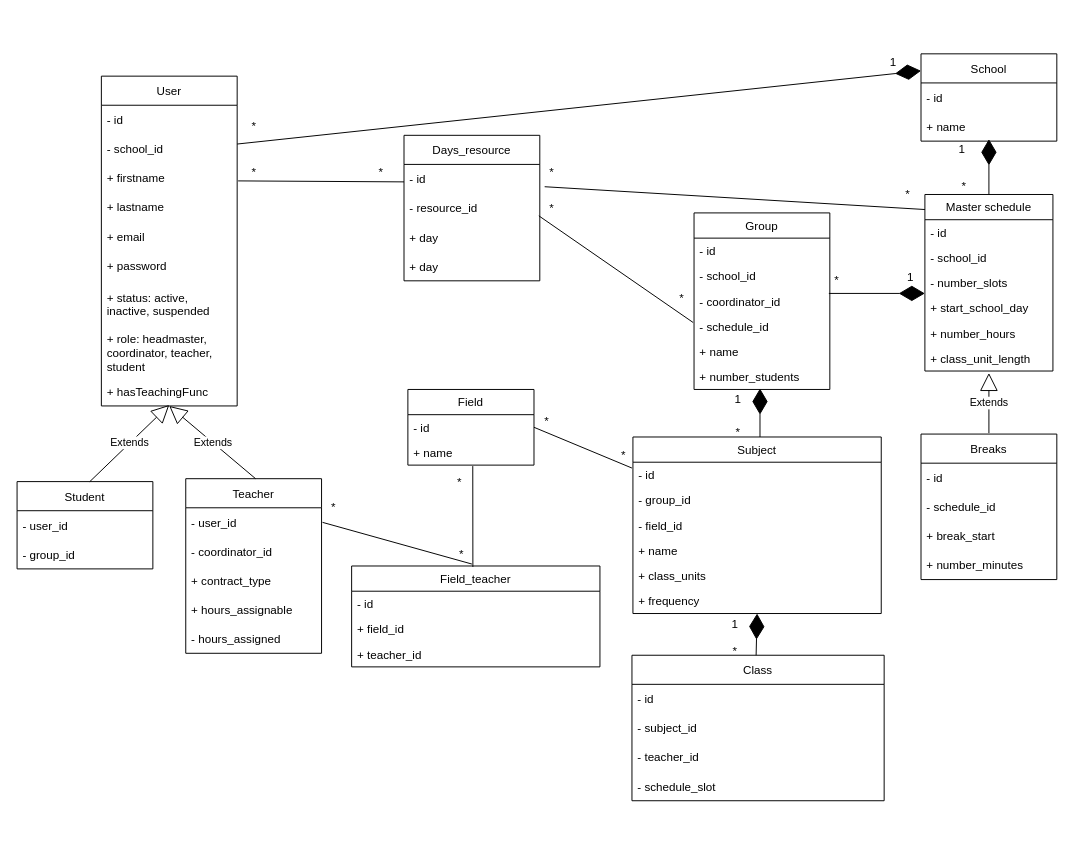
Earlier version of the draw.io diagram stages/3_Design/entities/entities_UML.drawio (JeromeVargas/schedule_maker). Source tidied: cells renumbered, new cells numbered last; positions are measured from the earlier drawing's top-left corner, leaving out a move shared by most shapes. Both pictures are drawn from the tidied source at 97%, with x=0, y=0 at pixel (16, 48).
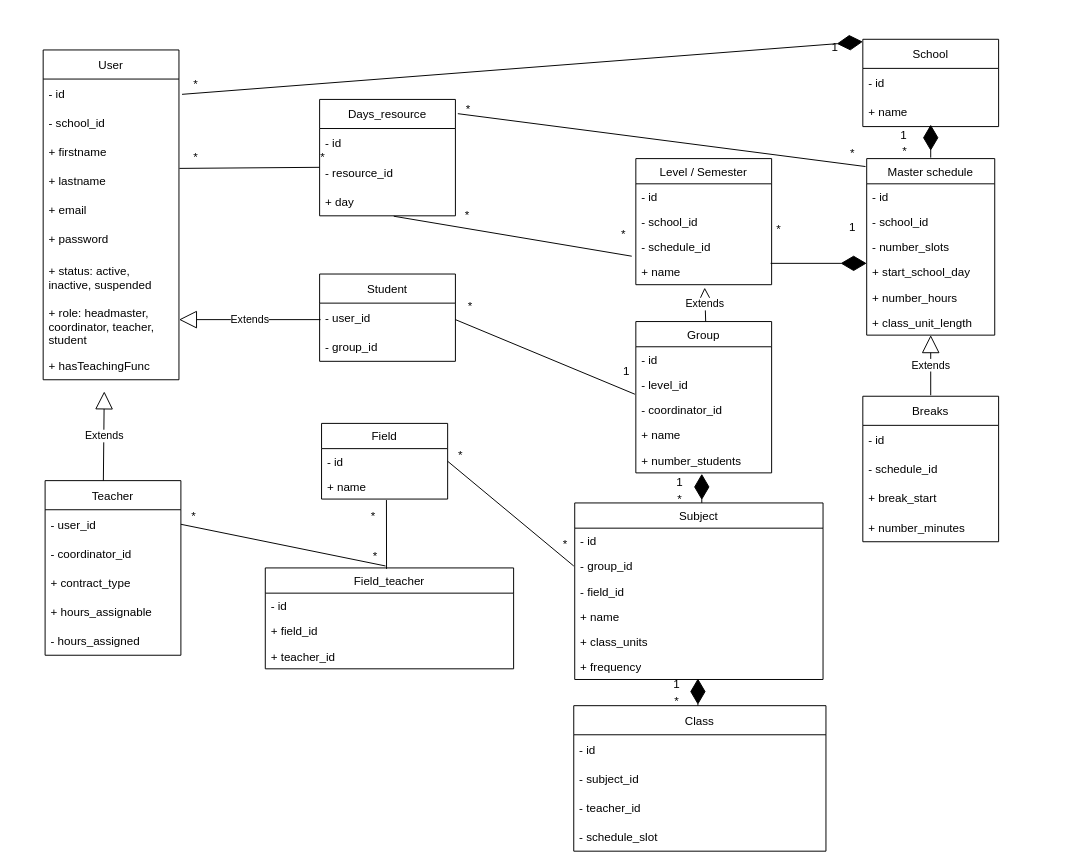
After the change.

The change refers to these unchanged cells:
```xml
<mxCell id="36" value="- id" style="text;strokeColor=none;fillColor=none;align=left;verticalAlign=top;spacingLeft=4;spacingRight=4;overflow=hidden;points=[[0,0.5],[1,0.5]];portConstraint=eastwest;" parent="35" vertex="1">
  <mxGeometry y="26" width="256" height="26" as="geometry" />
</mxCell>
<mxCell id="41" value="+ frequency" style="text;strokeColor=none;fillColor=none;align=left;verticalAlign=top;spacingLeft=4;spacingRight=4;overflow=hidden;points=[[0,0.5],[1,0.5]];portConstraint=eastwest;whiteSpace=wrap;" parent="35" vertex="1">
  <mxGeometry y="156" width="256" height="26" as="geometry" />
</mxCell>
<mxCell id="48" value="- user_id" style="text;strokeColor=none;fillColor=none;align=left;verticalAlign=middle;spacingLeft=4;spacingRight=4;overflow=hidden;points=[[0,0.5],[1,0.5]];portConstraint=eastwest;" parent="47" vertex="1">
  <mxGeometry y="30" width="140" height="30" as="geometry" />
</mxCell>
<mxCell id="74" value="- id" style="text;strokeColor=none;fillColor=none;align=left;verticalAlign=top;spacingLeft=4;spacingRight=4;overflow=hidden;points=[[0,0.5],[1,0.5]];portConstraint=eastwest;" parent="73" vertex="1">
  <mxGeometry y="26" width="130" height="26" as="geometry" />
</mxCell>
<mxCell id="84" value="+ day" style="text;strokeColor=none;fillColor=none;align=left;verticalAlign=middle;spacingLeft=4;spacingRight=4;overflow=hidden;points=[[0,0.5],[1,0.5]];portConstraint=eastwest;" parent="81" vertex="1">
  <mxGeometry y="90" width="140" height="30" as="geometry" />
</mxCell>
```

What changed in the source:
```diff
@@
-    <mxCell id="2" style="endArrow=diamondThin;endFill=1;endSize=24;html=1;rounded=0;entryX=0;entryY=0.25;entryDx=0;entryDy=0;exitX=1;exitY=0.5;exitDx=0;exitDy=0;" parent="1" edge="1">
+    <mxCell id="2" style="endArrow=diamondThin;endFill=1;endSize=24;html=1;rounded=0;entryX=0;entryY=0.25;entryDx=0;entryDy=0;exitX=0.039;exitY=0.825;exitDx=0;exitDy=0;exitPerimeter=0;" parent="1" edge="1" source="94">
       <mxGeometry relative="1" as="geometry">
-        <mxPoint x="227" y="99" as="sourcePoint" />
-        <mxPoint x="932" y="23.5" as="targetPoint" />
+        <mxPoint x="872" y="-6.5" as="targetPoint" />
       </mxGeometry>
     </mxCell>
     <mxCell id="3" value="User" style="swimlane;fontStyle=0;horizontal=1;startSize=30;" parent="1" vertex="1">
-      <mxGeometry x="87" y="29" width="140" height="340" as="geometry" />
+      <mxGeometry x="27" y="2" width="140" height="340" as="geometry" />
     </mxCell>
@@
     <mxCell id="13" value="School" style="swimlane;fontStyle=0;horizontal=1;startSize=30;strokeColor=default;fillColor=none;" parent="1" vertex="1">
-      <mxGeometry x="932" y="6" width="140" height="90" as="geometry" />
+      <mxGeometry x="872" y="-9" width="140" height="90" as="geometry" />
     </mxCell>
@@
     <mxCell id="16" value="Master schedule" style="swimlane;fontStyle=0;horizontal=1;startSize=26;fillColor=none;" parent="1" vertex="1">
-      <mxGeometry x="936" y="151" width="132" height="182" as="geometry" />
+      <mxGeometry x="876" y="114" width="132" height="182" as="geometry" />
     </mxCell>
@@
     <mxCell id="23" value="Breaks" style="swimlane;fontStyle=0;horizontal=1;startSize=30;" parent="1" vertex="1">
-      <mxGeometry x="932" y="398" width="140" height="150" as="geometry" />
+      <mxGeometry x="872" y="359" width="140" height="150" as="geometry" />
     </mxCell>
@@
-    <mxCell id="28" value="Group" style="swimlane;fontStyle=0;horizontal=1;startSize=26;fillColor=none;" parent="1" vertex="1">
-      <mxGeometry x="698" y="170" width="140" height="182" as="geometry" />
+    <mxCell id="28" value="Level / Semester" style="swimlane;fontStyle=0;horizontal=1;startSize=26;fillColor=none;" parent="1" vertex="1">
+      <mxGeometry x="638" y="114" width="140" height="130" as="geometry" />
     </mxCell>
@@
-    <mxCell id="31" value="- coordinator_id" style="text;strokeColor=none;fillColor=none;align=left;verticalAlign=top;spacingLeft=4;spacingRight=4;overflow=hidden;" parent="28" vertex="1">
-      <mxGeometry y="78" width="140" height="26" as="geometry" />
-    </mxCell>
     <mxCell id="32" value="- schedule_id" style="text;strokeColor=none;fillColor=none;align=left;verticalAlign=top;spacingLeft=4;spacingRight=4;overflow=hidden;points=[[0,0.5],[1,0.5]];portConstraint=eastwest;" parent="28" vertex="1">
-      <mxGeometry y="104" width="140" height="26" as="geometry" />
+      <mxGeometry y="78" width="140" height="26" as="geometry" />
     </mxCell>
     <mxCell id="33" value="+ name" style="text;strokeColor=none;fillColor=none;align=left;verticalAlign=top;spacingLeft=4;spacingRight=4;overflow=hidden;points=[[0,0.5],[1,0.5]];portConstraint=eastwest;" parent="28" vertex="1">
-      <mxGeometry y="130" width="140" height="26" as="geometry" />
+      <mxGeometry y="104" width="140" height="26" as="geometry" />
     </mxCell>
-    <mxCell id="34" value="+ number_students" style="text;strokeColor=none;fillColor=none;align=left;verticalAlign=top;spacingLeft=4;spacingRight=4;overflow=hidden;" parent="28" vertex="1">
-      <mxGeometry y="156" width="140" height="26" as="geometry" />
-    </mxCell>
     <mxCell id="35" value="Subject" style="swimlane;fontStyle=0;horizontal=1;startSize=26;fillColor=none;" parent="1" vertex="1">
-      <mxGeometry x="635" y="401" width="256" height="182" as="geometry" />
+      <mxGeometry x="575" y="469" width="256" height="182" as="geometry" />
     </mxCell>
@@
     <mxCell id="42" value="Class" style="swimlane;fontStyle=0;horizontal=1;startSize=30;" parent="1" vertex="1">
-      <mxGeometry x="634" y="626" width="260" height="150" as="geometry" />
+      <mxGeometry x="574" y="678" width="260" height="150" as="geometry" />
     </mxCell>
@@
     <mxCell id="47" value="Teacher" style="swimlane;fontStyle=0;horizontal=1;startSize=30;" parent="1" vertex="1">
-      <mxGeometry x="174" y="444" width="140" height="180" as="geometry" />
+      <mxGeometry x="29" y="446" width="140" height="180" as="geometry" />
     </mxCell>
@@
     <mxCell id="53" value="Student" style="swimlane;fontStyle=0;horizontal=1;startSize=30;" parent="1" vertex="1">
-      <mxGeometry x="0.1" y="447" width="140" height="90" as="geometry" />
+      <mxGeometry x="312" y="233" width="140" height="90" as="geometry" />
     </mxCell>
@@
     <mxCell id="56" value="Field_teacher" style="swimlane;fontStyle=0;horizontal=1;startSize=26;fillColor=none;" parent="1" vertex="1">
-      <mxGeometry x="345" y="534" width="256" height="104" as="geometry" />
+      <mxGeometry x="256" y="536" width="256" height="104" as="geometry" />
     </mxCell>
@@
-    <mxCell id="60" value="Extends" style="endArrow=block;endSize=16;endFill=0;html=1;rounded=0;entryX=0.486;entryY=1.02;entryDx=0;entryDy=0;entryPerimeter=0;" parent="1" edge="1">
+    <mxCell id="60" value="Extends" style="endArrow=block;endSize=16;endFill=0;html=1;rounded=0;entryX=0.486;entryY=1.02;entryDx=0;entryDy=0;entryPerimeter=0;exitX=0.429;exitY=0;exitDx=0;exitDy=0;exitPerimeter=0;" parent="1" edge="1" source="47">
       <mxGeometry relative="1" as="geometry">
-        <mxPoint x="246" y="444" as="sourcePoint" />
-        <mxPoint x="157" y="369" as="targetPoint" />
+        <mxPoint x="90" y="354" as="targetPoint" />
       </mxGeometry>
     </mxCell>
-    <mxCell id="61" value="Extends" style="endArrow=block;endSize=16;endFill=0;html=1;rounded=0;exitX=0.55;exitY=-0.011;exitDx=0;exitDy=0;exitPerimeter=0;entryX=0.5;entryY=0.98;entryDx=0;entryDy=0;entryPerimeter=0;" parent="1" edge="1">
+    <mxCell id="61" value="Extends" style="endArrow=block;endSize=16;endFill=0;html=1;rounded=0;exitX=0;exitY=0.5;exitDx=0;exitDy=0;" parent="1" edge="1">
       <mxGeometry relative="1" as="geometry">
-        <mxPoint x="75.1" y="447" as="sourcePoint" />
-        <mxPoint x="157" y="368" as="targetPoint" />
+        <mxPoint x="313" y="280" as="sourcePoint" />
+        <mxPoint x="167" y="280" as="targetPoint" />
       </mxGeometry>
     </mxCell>
     <mxCell id="62" value="Extends" style="endArrow=block;endSize=16;endFill=0;html=1;rounded=0;exitX=0.5;exitY=0;exitDx=0;exitDy=0;entryX=0.5;entryY=1.115;entryDx=0;entryDy=0;entryPerimeter=0;" parent="1" edge="1">
       <mxGeometry relative="1" as="geometry">
-        <mxPoint x="1002" y="397" as="sourcePoint" />
-        <mxPoint x="1002" y="335" as="targetPoint" />
+        <mxPoint x="942" y="358" as="sourcePoint" />
+        <mxPoint x="942" y="296" as="targetPoint" />
       </mxGeometry>
     </mxCell>
     <mxCell id="63" value="1" style="text;html=1;align=center;verticalAlign=middle;strokeColor=none;fillColor=none;" parent="1" vertex="1">
-      <mxGeometry x="888" width="30" height="30" as="geometry" />
+      <mxGeometry x="828" y="-15" width="30" height="30" as="geometry" />
     </mxCell>
-    <mxCell id="64" style="endArrow=diamondThin;endFill=1;endSize=24;html=1;rounded=0;exitX=0.5;exitY=0;exitDx=0;exitDy=0;entryX=0.5;entryY=1.133;entryDx=0;entryDy=0;entryPerimeter=0;" parent="1" edge="1" source="16">
+    <mxCell id="64" style="endArrow=diamondThin;endFill=1;endSize=24;html=1;rounded=0;" parent="1" edge="1">
       <mxGeometry relative="1" as="geometry">
-        <mxPoint x="1002" y="94" as="targetPoint" />
+        <mxPoint x="942" y="113" as="sourcePoint" />
+        <mxPoint x="942" y="79" as="targetPoint" />
       </mxGeometry>
     </mxCell>
     <mxCell id="65" value="1" style="text;html=1;align=center;verticalAlign=middle;strokeColor=none;fillColor=none;" parent="1" vertex="1">
-      <mxGeometry x="959" y="90" width="30" height="30" as="geometry" />
+      <mxGeometry x="899" y="75" width="30" height="30" as="geometry" />
     </mxCell>
     <mxCell id="66" value="*" style="text;html=1;align=center;verticalAlign=middle;strokeColor=none;fillColor=none;" parent="1" vertex="1">
-      <mxGeometry x="961" y="128" width="30" height="30" as="geometry" />
+      <mxGeometry x="900" y="92" width="30" height="30" as="geometry" />
     </mxCell>
     <mxCell id="67" style="endArrow=diamondThin;endFill=1;endSize=24;html=1;rounded=0;" parent="1" edge="1">
       <mxGeometry relative="1" as="geometry">
-        <mxPoint x="766" y="401" as="sourcePoint" />
-        <mxPoint x="766" y="351" as="targetPoint" />
+        <mxPoint x="706" y="469" as="sourcePoint" />
+        <mxPoint x="706" y="439" as="targetPoint" />
       </mxGeometry>
     </mxCell>
     <mxCell id="68" value="1" style="text;html=1;align=center;verticalAlign=middle;strokeColor=none;fillColor=none;" parent="1" vertex="1">
-      <mxGeometry x="728" y="347" width="30" height="30" as="geometry" />
+      <mxGeometry x="668" y="433" width="30" height="30" as="geometry" />
     </mxCell>
     <mxCell id="69" value="*" style="text;html=1;align=center;verticalAlign=middle;strokeColor=none;fillColor=none;" parent="1" vertex="1">
-      <mxGeometry x="728" y="381" width="30" height="30" as="geometry" />
+      <mxGeometry x="668" y="451" width="30" height="30" as="geometry" />
     </mxCell>
-    <mxCell id="70" style="endArrow=diamondThin;endFill=1;endSize=24;html=1;rounded=0;entryX=0.5;entryY=1;entryDx=0;entryDy=0;entryPerimeter=0;" parent="1" edge="1" target="41">
+    <mxCell id="70" style="endArrow=diamondThin;endFill=1;endSize=24;html=1;rounded=0;" parent="1" edge="1">
       <mxGeometry relative="1" as="geometry">
-        <mxPoint x="762" y="626" as="sourcePoint" />
+        <mxPoint x="702" y="678" as="sourcePoint" />
+        <mxPoint x="702" y="650" as="targetPoint" />
       </mxGeometry>
     </mxCell>
     <mxCell id="71" value="1" style="text;html=1;align=center;verticalAlign=middle;strokeColor=none;fillColor=none;" parent="1" vertex="1">
-      <mxGeometry x="725" y="579" width="30" height="30" as="geometry" />
+      <mxGeometry x="665" y="641" width="30" height="30" as="geometry" />
     </mxCell>
     <mxCell id="72" value="*" style="text;html=1;align=center;verticalAlign=middle;strokeColor=none;fillColor=none;" parent="1" vertex="1">
-      <mxGeometry x="725" y="607" width="30" height="30" as="geometry" />
+      <mxGeometry x="665" y="659" width="30" height="30" as="geometry" />
     </mxCell>
     <mxCell id="73" value="Field" style="swimlane;fontStyle=0;horizontal=1;startSize=26;fillColor=none;" parent="1" vertex="1">
-      <mxGeometry x="403" y="352" width="130" height="78" as="geometry" />
+      <mxGeometry x="314" y="387" width="130" height="78" as="geometry" />
     </mxCell>
@@
-    <mxCell id="76" style="endArrow=none;endFill=1;endSize=24;html=1;rounded=0;entryX=0.133;entryY=1;entryDx=0;entryDy=0;entryPerimeter=0;" parent="1" edge="1" target="96">
+    <mxCell id="76" style="endArrow=none;endFill=1;endSize=24;html=1;rounded=0;entryX=1;entryY=0.5;entryDx=0;entryDy=0;" parent="1" edge="1" target="48">
       <mxGeometry relative="1" as="geometry">
-        <mxPoint x="469" y="532" as="sourcePoint" />
+        <mxPoint x="380" y="534" as="sourcePoint" />
       </mxGeometry>
     </mxCell>
     <mxCell id="77" value="*" style="text;html=1;align=center;verticalAlign=middle;strokeColor=none;fillColor=none;" parent="1" vertex="1">
-      <mxGeometry x="443" y="507" width="30" height="30" as="geometry" />
+      <mxGeometry x="354" y="509" width="30" height="30" as="geometry" />
     </mxCell>
     <mxCell id="78" value="*" style="text;html=1;align=center;verticalAlign=middle;strokeColor=none;fillColor=none;" parent="1" vertex="1">
-      <mxGeometry x="441" y="433" width="30" height="30" as="geometry" />
+      <mxGeometry x="352" y="468" width="30" height="30" as="geometry" />
     </mxCell>
     <mxCell id="79" value="1" style="text;html=1;align=center;verticalAlign=middle;strokeColor=none;fillColor=none;" parent="1" vertex="1">
-      <mxGeometry x="906" y="222" width="30" height="30" as="geometry" />
+      <mxGeometry x="846" y="170" width="30" height="30" as="geometry" />
     </mxCell>
     <mxCell id="80" value="*" style="text;html=1;align=center;verticalAlign=middle;strokeColor=none;fillColor=none;" parent="1" vertex="1">
-      <mxGeometry x="830" y="225" width="30" height="30" as="geometry" />
+      <mxGeometry x="770" y="172" width="30" height="30" as="geometry" />
     </mxCell>
     <mxCell id="81" value="Days_resource" style="swimlane;fontStyle=0;horizontal=1;startSize=30;" parent="1" vertex="1">
-      <mxGeometry x="399" y="90" width="140" height="150" as="geometry" />
+      <mxGeometry x="312" y="53" width="140" height="120" as="geometry" />
     </mxCell>
@@
-    <mxCell id="85" value="+ day" style="text;strokeColor=none;fillColor=none;align=left;verticalAlign=middle;spacingLeft=4;spacingRight=4;overflow=hidden;" parent="81" vertex="1">
-      <mxGeometry y="120" width="140" height="30" as="geometry" />
-    </mxCell>
-    <mxCell id="86" style="endArrow=none;html=1;entryX=0.007;entryY=0;entryDx=0;entryDy=0;entryPerimeter=0;exitX=0.986;exitY=0.6;exitDx=0;exitDy=0;exitPerimeter=0;" parent="1" edge="1">
+    <mxCell id="86" style="endArrow=none;html=1;entryX=0.007;entryY=0;entryDx=0;entryDy=0;entryPerimeter=0;exitX=-0.051;exitY=0.87;exitDx=0;exitDy=0;exitPerimeter=0;" parent="1" edge="1" source="87">
       <mxGeometry relative="1" as="geometry">
-        <mxPoint x="228" y="137" as="sourcePoint" />
-        <mxPoint x="399" y="138" as="targetPoint" />
+        <mxPoint x="312" y="123" as="targetPoint" />
       </mxGeometry>
     </mxCell>
     <mxCell id="87" value="*" style="text;html=1;align=center;verticalAlign=middle;points=[];strokeColor=none;fillColor=none;" parent="1" vertex="1">
-      <mxGeometry x="229" y="113" width="30" height="30" as="geometry" />
+      <mxGeometry x="169" y="98" width="30" height="30" as="geometry" />
     </mxCell>
     <mxCell id="88" value="*" style="text;html=1;align=center;verticalAlign=middle;strokeColor=none;fillColor=none;" parent="1" vertex="1">
-      <mxGeometry x="360" y="113" width="30" height="30" as="geometry" />
+      <mxGeometry x="300" y="98" width="30" height="30" as="geometry" />
     </mxCell>
-    <mxCell id="89" style="endArrow=none;html=1;entryX=-0.021;entryY=0.154;entryDx=0;entryDy=0;entryPerimeter=0;" parent="1" edge="1">
-      <mxGeometry relative="1" as="geometry">
-        <mxPoint x="538" y="173" as="sourcePoint" />
-        <mxPoint x="697.1" y="283" as="targetPoint" />
-      </mxGeometry>
+    <mxCell id="89" style="endArrow=none;html=1;exitX=0.546;exitY=1.014;exitDx=0;exitDy=0;exitPerimeter=0;entryX=-0.03;entryY=0.87;entryDx=0;entryDy=0;entryPerimeter=0;" parent="1" edge="1" source="84" target="32">
+      <mxGeometry relative="1" as="geometry" />
     </mxCell>
-    <mxCell id="90" style="endArrow=none;html=1;entryX=0.007;entryY=0;entryDx=0;entryDy=0;entryPerimeter=0;exitX=0.267;exitY=1;exitDx=0;exitDy=0;exitPerimeter=0;" parent="1" edge="1" source="91">
+    <mxCell id="90" style="endArrow=none;html=1;entryX=0.961;entryY=1.039;entryDx=0;entryDy=0;entryPerimeter=0;exitX=0.051;exitY=0.791;exitDx=0;exitDy=0;exitPerimeter=0;" parent="1" edge="1">
       <mxGeometry relative="1" as="geometry">
-        <mxPoint x="936" y="166.5" as="targetPoint" />
+        <mxPoint x="454.5" y="67.7" as="sourcePoint" />
+        <mxPoint x="874.8" y="122.2" as="targetPoint" />
       </mxGeometry>
     </mxCell>
     <mxCell id="91" value="*" style="text;html=1;align=center;verticalAlign=middle;points=[];strokeColor=none;fillColor=none;" parent="1" vertex="1">
-      <mxGeometry x="536" y="113" width="30" height="30" as="geometry" />
+      <mxGeometry x="450" y="49" width="30" height="30" as="geometry" />
     </mxCell>
     <mxCell id="92" value="*" style="text;html=1;align=center;verticalAlign=middle;strokeColor=none;fillColor=none;" parent="1" vertex="1">
-      <mxGeometry x="903" y="136" width="30" height="30" as="geometry" />
+      <mxGeometry x="846" y="94" width="30" height="30" as="geometry" />
     </mxCell>
     <mxCell id="93" value="*" style="text;html=1;align=center;verticalAlign=middle;strokeColor=none;fillColor=none;" parent="1" vertex="1">
-      <mxGeometry x="670" y="243" width="30" height="30" as="geometry" />
+      <mxGeometry x="610" y="177" width="30" height="30" as="geometry" />
     </mxCell>
     <mxCell id="94" value="*" style="text;html=1;align=center;verticalAlign=middle;points=[];strokeColor=none;fillColor=none;" parent="1" vertex="1">
-      <mxGeometry x="229" y="66" width="30" height="30" as="geometry" />
+      <mxGeometry x="169" y="23" width="30" height="30" as="geometry" />
     </mxCell>
     <mxCell id="95" style="endArrow=none;html=1;exitX=0.515;exitY=1.115;exitDx=0;exitDy=0;exitPerimeter=0;" parent="1" edge="1">
       <mxGeometry relative="1" as="geometry">
-        <mxPoint x="469.9" y="431" as="sourcePoint" />
-        <mxPoint x="470" y="535" as="targetPoint" />
+        <mxPoint x="380.9" y="466" as="sourcePoint" />
+        <mxPoint x="381" y="537" as="targetPoint" />
       </mxGeometry>
     </mxCell>
     <mxCell id="96" value="*" style="text;html=1;align=center;verticalAlign=middle;points=[];strokeColor=none;fillColor=none;" parent="1" vertex="1">
-      <mxGeometry x="311" y="459" width="30" height="30" as="geometry" />
+      <mxGeometry x="167" y="468" width="30" height="30" as="geometry" />
     </mxCell>
     <mxCell id="97" value="*" style="text;html=1;align=center;verticalAlign=middle;strokeColor=none;fillColor=none;" parent="1" vertex="1">
-      <mxGeometry x="531" y="370" width="30" height="30" as="geometry" />
+      <mxGeometry x="442" y="405" width="30" height="30" as="geometry" />
     </mxCell>
     <mxCell id="98" value="*" style="text;html=1;align=center;verticalAlign=middle;strokeColor=none;fillColor=none;" parent="1" vertex="1">
-      <mxGeometry x="610" y="405" width="30" height="30" as="geometry" />
+      <mxGeometry x="550" y="497" width="30" height="30" as="geometry" />
     </mxCell>
-    <mxCell id="99" style="endArrow=none;endFill=1;endSize=24;html=1;rounded=0;entryX=1;entryY=0.5;entryDx=0;entryDy=0;exitX=-0.004;exitY=0.231;exitDx=0;exitDy=0;exitPerimeter=0;" parent="1" edge="1" source="36" target="74">
-      <mxGeometry relative="1" as="geometry" />
+    <mxCell id="99" style="endArrow=none;endFill=1;endSize=24;html=1;rounded=0;entryX=1;entryY=0.5;entryDx=0;entryDy=0;exitX=-0.004;exitY=0.231;exitDx=0;exitDy=0;exitPerimeter=0;" parent="1" edge="1" target="74">
+      <mxGeometry relative="1" as="geometry">
+        <mxPoint x="574" y="534" as="sourcePoint" />
+      </mxGeometry>
     </mxCell>
     <mxCell id="100" style="endArrow=diamondThin;endFill=1;endSize=24;html=1;rounded=0;" parent="1" edge="1">
       <mxGeometry relative="1" as="geometry">
-        <mxPoint x="837" y="253" as="sourcePoint" />
-        <mxPoint x="936" y="253" as="targetPoint" />
+        <mxPoint x="777" y="222" as="sourcePoint" />
+        <mxPoint x="876" y="222" as="targetPoint" />
       </mxGeometry>
     </mxCell>
     <mxCell id="101" value="*" style="text;html=1;align=center;verticalAlign=middle;strokeColor=none;fillColor=none;" parent="1" vertex="1">
-      <mxGeometry x="536" y="151" width="30" height="30" as="geometry" />
+      <mxGeometry x="449" y="158" width="30" height="30" as="geometry" />
     </mxCell>
+    <mxCell id="102" value="Group" style="swimlane;fontStyle=0;horizontal=1;startSize=26;fillColor=none;" parent="1" vertex="1">
+      <mxGeometry x="638" y="282" width="140" height="156" as="geometry" />
+    </mxCell>
+    <mxCell id="103" value="- id" style="text;strokeColor=none;fillColor=none;align=left;verticalAlign=top;spacingLeft=4;spacingRight=4;overflow=hidden;" parent="102" vertex="1">
+      <mxGeometry y="26" width="140" height="26" as="geometry" />
+    </mxCell>
+    <mxCell id="104" value="- level_id" style="text;strokeColor=none;fillColor=none;align=left;verticalAlign=top;spacingLeft=4;spacingRight=4;overflow=hidden;" parent="102" vertex="1">
+      <mxGeometry y="52" width="140" height="26" as="geometry" />
+    </mxCell>
+    <mxCell id="31" value="- coordinator_id" style="text;strokeColor=none;fillColor=none;align=left;verticalAlign=top;spacingLeft=4;spacingRight=4;overflow=hidden;" parent="102" vertex="1">
+      <mxGeometry y="78" width="140" height="26" as="geometry" />
+    </mxCell>
+    <mxCell id="105" value="+ name" style="text;strokeColor=none;fillColor=none;align=left;verticalAlign=top;spacingLeft=4;spacingRight=4;overflow=hidden;" parent="102" vertex="1">
+      <mxGeometry y="104" width="140" height="26" as="geometry" />
+    </mxCell>
+    <mxCell id="34" value="+ number_students" style="text;strokeColor=none;fillColor=none;align=left;verticalAlign=top;spacingLeft=4;spacingRight=4;overflow=hidden;" parent="102" vertex="1">
+      <mxGeometry y="130" width="140" height="26" as="geometry" />
+    </mxCell>
+    <mxCell id="106" value="Extends" style="endArrow=block;endSize=16;endFill=0;html=1;rounded=0;entryX=0.507;entryY=1.115;entryDx=0;entryDy=0;entryPerimeter=0;" parent="1" edge="1" target="33">
+      <mxGeometry x="0.02" relative="1" as="geometry">
+        <mxPoint x="710" y="282" as="sourcePoint" />
+      </mxGeometry>
+    </mxCell>
+    <mxCell id="107" style="endArrow=none;html=1;exitX=1.013;exitY=0.756;exitDx=0;exitDy=0;exitPerimeter=0;entryX=-0.03;entryY=0.87;entryDx=0;entryDy=0;entryPerimeter=0;" parent="1" edge="1">
+      <mxGeometry relative="1" as="geometry">
+        <mxPoint x="452" y="280" as="sourcePoint" />
+        <mxPoint x="637" y="356.9" as="targetPoint" />
+      </mxGeometry>
+    </mxCell>
+    <mxCell id="108" value="*" style="text;html=1;align=center;verticalAlign=middle;strokeColor=none;fillColor=none;" parent="1" vertex="1">
+      <mxGeometry x="452" y="252" width="30" height="30" as="geometry" />
+    </mxCell>
+    <mxCell id="109" value="1" style="text;html=1;align=center;verticalAlign=middle;strokeColor=none;fillColor=none;" parent="1" vertex="1">
+      <mxGeometry x="613.2" y="319.3" width="30" height="30" as="geometry" />
+    </mxCell>
```
